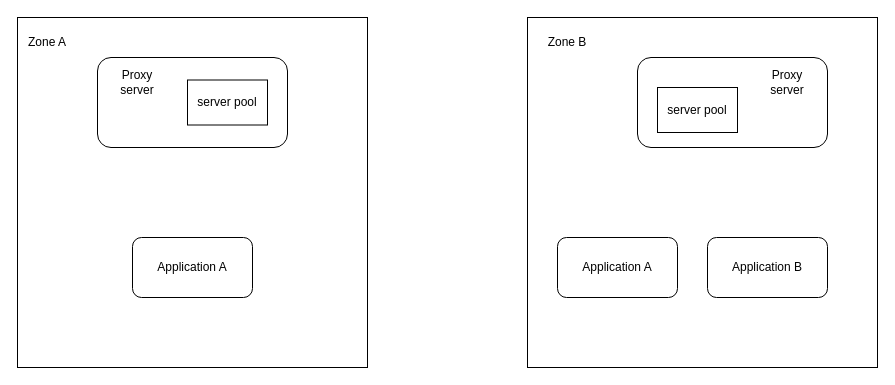
This is miyuan/异地机房.drawio from smallleaf/draw.io, a draw.io file, before an edit. Source tidied: cells renumbered, new cells numbered last; positions are measured from the earlier drawing's top-left corner, leaving out a move shared by most shapes. Both pictures are drawn from the tidied source at 100%, with x=0, y=0 at pixel (17, 17).
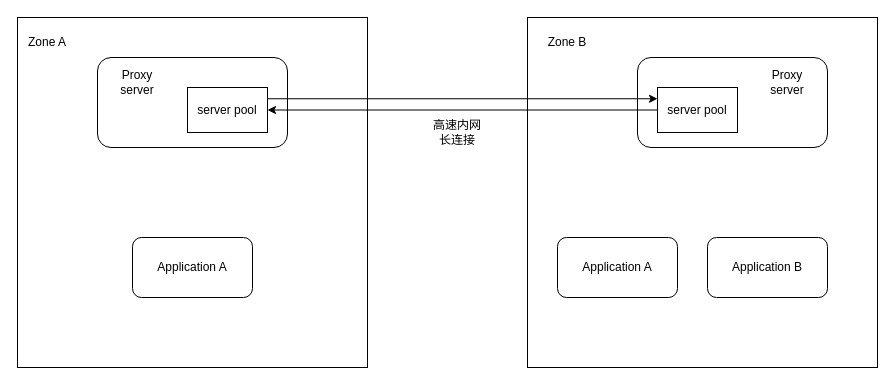
The same diagram, later.

Commit message (it also covers changes not shown here):
更新异地机房.drawio

Change to the diagram source:
```diff
@@
 <mxGraphModel>
   <root>
     <mxCell id="0" />
     <mxCell id="1" parent="0" />
     <mxCell id="2" style="whiteSpace=wrap;html=1;" parent="1" vertex="1">
       <mxGeometry width="350" height="350" as="geometry" />
     </mxCell>
     <mxCell id="3" style="whiteSpace=wrap;html=1;" parent="1" vertex="1">
       <mxGeometry x="510" width="350" height="350" as="geometry" />
     </mxCell>
     <mxCell id="4" style="rounded=1;whiteSpace=wrap;html=1;" parent="1" vertex="1">
       <mxGeometry x="80" y="40" width="190" height="90" as="geometry" />
     </mxCell>
     <mxCell id="5" value="Zone A" style="text;html=1;align=center;verticalAlign=middle;whiteSpace=wrap;rounded=0;" parent="1" vertex="1">
       <mxGeometry y="10" width="60" height="30" as="geometry" />
     </mxCell>
     <mxCell id="6" value="Zone B" style="text;html=1;align=center;verticalAlign=middle;whiteSpace=wrap;rounded=0;" parent="1" vertex="1">
       <mxGeometry x="520" y="10" width="60" height="30" as="geometry" />
     </mxCell>
     <mxCell id="7" value="Proxy server" style="text;html=1;align=center;verticalAlign=middle;whiteSpace=wrap;rounded=0;" parent="1" vertex="1">
       <mxGeometry x="90" y="50" width="60" height="30" as="geometry" />
     </mxCell>
     <mxCell id="8" style="rounded=1;whiteSpace=wrap;html=1;" parent="1" vertex="1">
       <mxGeometry x="620" y="40" width="190" height="90" as="geometry" />
     </mxCell>
     <mxCell id="9" value="Proxy server" style="text;html=1;align=center;verticalAlign=middle;whiteSpace=wrap;rounded=0;" parent="1" vertex="1">
       <mxGeometry x="740" y="50" width="60" height="30" as="geometry" />
     </mxCell>
+    <mxCell id="15" style="edgeStyle=orthogonalEdgeStyle;rounded=0;jettySize=auto;html=1;exitX=1;exitY=0.25;exitDx=0;exitDy=0;entryX=0;entryY=0.25;entryDx=0;entryDy=0;" parent="1" edge="1" source="10" target="11">
+      <mxGeometry relative="1" as="geometry" />
+    </mxCell>
     <mxCell id="10" value="server pool" style="rounded=0;whiteSpace=wrap;html=1;" parent="1" vertex="1">
-      <mxGeometry x="170" y="62.5" width="80" height="45" as="geometry" />
+      <mxGeometry x="170" y="70" width="80" height="45" as="geometry" />
     </mxCell>
+    <mxCell id="16" style="edgeStyle=orthogonalEdgeStyle;rounded=0;jettySize=auto;html=1;exitX=0;exitY=0.5;exitDx=0;exitDy=0;" parent="1" edge="1" source="11" target="10">
+      <mxGeometry relative="1" as="geometry" />
+    </mxCell>
     <mxCell id="11" value="server pool" style="rounded=0;whiteSpace=wrap;html=1;" parent="1" vertex="1">
       <mxGeometry x="640" y="70" width="80" height="45" as="geometry" />
     </mxCell>
     <mxCell id="12" value="Application A" style="rounded=1;whiteSpace=wrap;html=1;" parent="1" vertex="1">
       <mxGeometry x="115" y="220" width="120" height="60" as="geometry" />
     </mxCell>
     <mxCell id="13" value="Application A" style="rounded=1;whiteSpace=wrap;html=1;" parent="1" vertex="1">
       <mxGeometry x="540" y="220" width="120" height="60" as="geometry" />
     </mxCell>
     <mxCell id="14" value="Application B" style="rounded=1;whiteSpace=wrap;html=1;" parent="1" vertex="1">
       <mxGeometry x="690" y="220" width="120" height="60" as="geometry" />
     </mxCell>
+    <mxCell id="17" value="高速内网长连接" style="text;html=1;align=center;verticalAlign=middle;whiteSpace=wrap;rounded=0;" parent="1" vertex="1">
+      <mxGeometry x="410" y="100" width="60" height="30" as="geometry" />
+    </mxCell>
   </root>
 </mxGraphModel>
```
